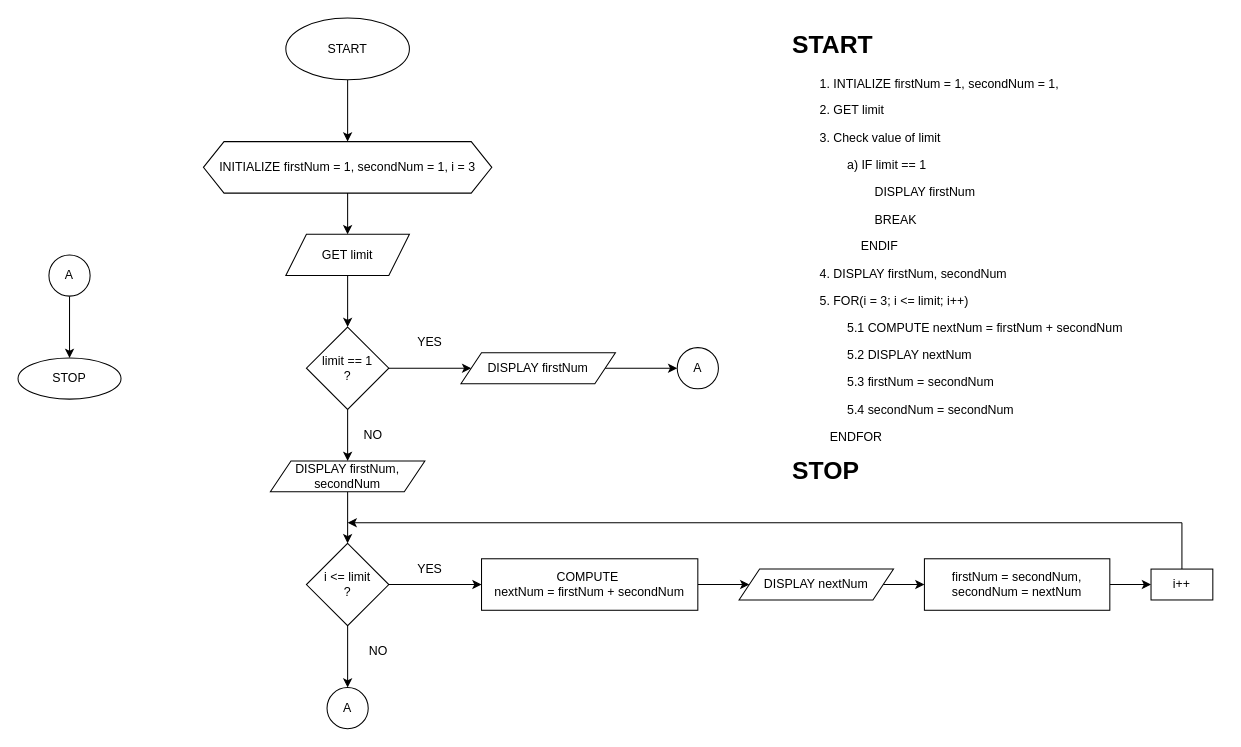
This is page "5_23" (3 of 3) of Lab Exercise 4/lab5.2.drawio from barrosaur/first-year-cpe-lab, a draw.io file, before an edit. Source tidied: cells renumbered, new cells numbered last; positions are measured from the earlier drawing's top-left corner, leaving out a move shared by most shapes. Both pictures are drawn from the tidied source at 103%, with x=0, y=0 at pixel (18, 18).
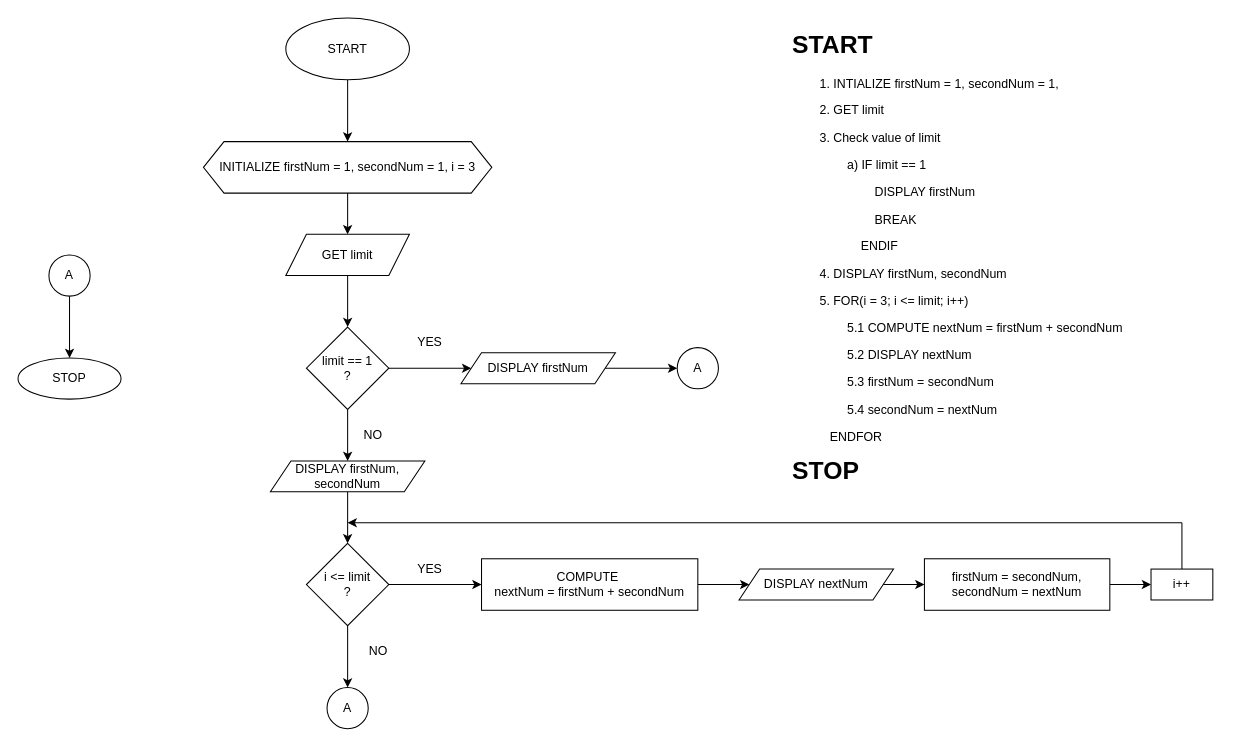
After the change.

The edit, as a diff of the source:
```diff
@@
-    <mxCell id="36" value="&lt;h1 style=&quot;margin-top: 0px;&quot;&gt;START&lt;/h1&gt;&lt;p&gt;&lt;span style=&quot;white-space: pre;&quot;&gt;&#9;&lt;/span&gt;1. INTIALIZE firstNum = 1, secondNum = 1,&lt;br&gt;&lt;/p&gt;&lt;p&gt;&lt;span style=&quot;white-space: pre;&quot;&gt;&#9;&lt;/span&gt;2. GET limit&lt;br&gt;&lt;/p&gt;&lt;p&gt;&lt;span style=&quot;white-space: pre;&quot;&gt;&#9;&lt;/span&gt;3. Check value of limit&lt;br&gt;&lt;/p&gt;&lt;p&gt;&lt;span style=&quot;white-space: pre;&quot;&gt;&#9;&lt;span style=&quot;white-space: pre;&quot;&gt;&#9;&lt;/span&gt;a) IF limit == 1&lt;/span&gt;&lt;br&gt;&lt;/p&gt;&lt;p&gt;&lt;span style=&quot;white-space: pre;&quot;&gt;&#9;&lt;/span&gt;&lt;span style=&quot;white-space: pre;&quot;&gt;&#9;&lt;/span&gt;&lt;span style=&quot;white-space: pre;&quot;&gt;&#9;&lt;/span&gt;DISPLAY firstNum&lt;br&gt;&lt;/p&gt;&lt;p&gt;&lt;span style=&quot;white-space: pre;&quot;&gt;&#9;&lt;/span&gt;&lt;span style=&quot;white-space: pre;&quot;&gt;&#9;&lt;/span&gt;&lt;span style=&quot;white-space: pre;&quot;&gt;&#9;&lt;/span&gt;BREAK&lt;br&gt;&lt;/p&gt;&lt;p&gt;&lt;span style=&quot;white-space: pre;&quot;&gt;&#9;&lt;/span&gt;&lt;span style=&quot;white-space: pre;&quot;&gt;&#9;&lt;/span&gt;&amp;nbsp; &amp;nbsp; ENDIF&lt;br&gt;&lt;/p&gt;&lt;p&gt;&lt;span style=&quot;white-space: pre;&quot;&gt;&#9;&lt;/span&gt;4. DISPLAY firstNum, secondNum&lt;br&gt;&lt;/p&gt;&lt;p&gt;&lt;span style=&quot;white-space: pre;&quot;&gt;&#9;&lt;/span&gt;5. FOR(i = 3; i &amp;lt;= limit; i++)&lt;br&gt;&lt;/p&gt;&lt;p&gt;&lt;span style=&quot;white-space: pre;&quot;&gt;&#9;&lt;/span&gt;&lt;span style=&quot;white-space: pre;&quot;&gt;&#9;&lt;/span&gt;5.1 COMPUTE nextNum = firstNum + secondNum&lt;br&gt;&lt;/p&gt;&lt;p&gt;&lt;span style=&quot;white-space: pre;&quot;&gt;&#9;&lt;/span&gt;&lt;span style=&quot;white-space: pre;&quot;&gt;&#9;&lt;/span&gt;5.2 DISPLAY nextNum&lt;br&gt;&lt;/p&gt;&lt;p&gt;&lt;span style=&quot;white-space: pre;&quot;&gt;&#9;&lt;/span&gt;&lt;span style=&quot;white-space: pre;&quot;&gt;&#9;&lt;/span&gt;5.3 firstNum = secondNum&lt;br&gt;&lt;/p&gt;&lt;p&gt;&lt;span style=&quot;white-space: pre;&quot;&gt;&#9;&lt;/span&gt;&lt;span style=&quot;white-space: pre;&quot;&gt;&#9;&lt;/span&gt;5.4 secondNum = secondNum&lt;br&gt;&lt;/p&gt;&lt;p&gt;&amp;nbsp; &amp;nbsp; &amp;nbsp; &amp;nbsp; &amp;nbsp; &amp;nbsp;ENDFOR&lt;/p&gt;&lt;h1 style=&quot;margin-top: 0px;&quot;&gt;STOP&lt;/h1&gt;" style="text;html=1;whiteSpace=wrap;overflow=hidden;rounded=0;" parent="1" vertex="1">
+    <mxCell id="36" value="&lt;h1 style=&quot;margin-top: 0px;&quot;&gt;START&lt;/h1&gt;&lt;p&gt;&lt;span style=&quot;white-space: pre;&quot;&gt;&#9;&lt;/span&gt;1. INTIALIZE firstNum = 1, secondNum = 1,&lt;br&gt;&lt;/p&gt;&lt;p&gt;&lt;span style=&quot;white-space: pre;&quot;&gt;&#9;&lt;/span&gt;2. GET limit&lt;br&gt;&lt;/p&gt;&lt;p&gt;&lt;span style=&quot;white-space: pre;&quot;&gt;&#9;&lt;/span&gt;3. Check value of limit&lt;br&gt;&lt;/p&gt;&lt;p&gt;&lt;span style=&quot;white-space: pre;&quot;&gt;&#9;&lt;span style=&quot;white-space: pre;&quot;&gt;&#9;&lt;/span&gt;a) IF limit == 1&lt;/span&gt;&lt;br&gt;&lt;/p&gt;&lt;p&gt;&lt;span style=&quot;white-space: pre;&quot;&gt;&#9;&lt;/span&gt;&lt;span style=&quot;white-space: pre;&quot;&gt;&#9;&lt;/span&gt;&lt;span style=&quot;white-space: pre;&quot;&gt;&#9;&lt;/span&gt;DISPLAY firstNum&lt;br&gt;&lt;/p&gt;&lt;p&gt;&lt;span style=&quot;white-space: pre;&quot;&gt;&#9;&lt;/span&gt;&lt;span style=&quot;white-space: pre;&quot;&gt;&#9;&lt;/span&gt;&lt;span style=&quot;white-space: pre;&quot;&gt;&#9;&lt;/span&gt;BREAK&lt;br&gt;&lt;/p&gt;&lt;p&gt;&lt;span style=&quot;white-space: pre;&quot;&gt;&#9;&lt;/span&gt;&lt;span style=&quot;white-space: pre;&quot;&gt;&#9;&lt;/span&gt;&amp;nbsp; &amp;nbsp; ENDIF&lt;br&gt;&lt;/p&gt;&lt;p&gt;&lt;span style=&quot;white-space: pre;&quot;&gt;&#9;&lt;/span&gt;4. DISPLAY firstNum, secondNum&lt;br&gt;&lt;/p&gt;&lt;p&gt;&lt;span style=&quot;white-space: pre;&quot;&gt;&#9;&lt;/span&gt;5. FOR(i = 3; i &amp;lt;= limit; i++)&lt;br&gt;&lt;/p&gt;&lt;p&gt;&lt;span style=&quot;white-space: pre;&quot;&gt;&#9;&lt;/span&gt;&lt;span style=&quot;white-space: pre;&quot;&gt;&#9;&lt;/span&gt;5.1 COMPUTE nextNum = firstNum + secondNum&lt;br&gt;&lt;/p&gt;&lt;p&gt;&lt;span style=&quot;white-space: pre;&quot;&gt;&#9;&lt;/span&gt;&lt;span style=&quot;white-space: pre;&quot;&gt;&#9;&lt;/span&gt;5.2 DISPLAY nextNum&lt;br&gt;&lt;/p&gt;&lt;p&gt;&lt;span style=&quot;white-space: pre;&quot;&gt;&#9;&lt;/span&gt;&lt;span style=&quot;white-space: pre;&quot;&gt;&#9;&lt;/span&gt;5.3 firstNum = secondNum&lt;br&gt;&lt;/p&gt;&lt;p&gt;&lt;span style=&quot;white-space: pre;&quot;&gt;&#9;&lt;/span&gt;&lt;span style=&quot;white-space: pre;&quot;&gt;&#9;&lt;/span&gt;5.4 secondNum = nextNum&lt;br&gt;&lt;/p&gt;&lt;p&gt;&amp;nbsp; &amp;nbsp; &amp;nbsp; &amp;nbsp; &amp;nbsp; &amp;nbsp;ENDFOR&lt;/p&gt;&lt;h1 style=&quot;margin-top: 0px;&quot;&gt;STOP&lt;/h1&gt;" style="text;html=1;whiteSpace=wrap;overflow=hidden;rounded=0;" parent="1" vertex="1">
       <mxGeometry x="750" y="5" width="420" height="450" as="geometry" />
     </mxCell>
```
